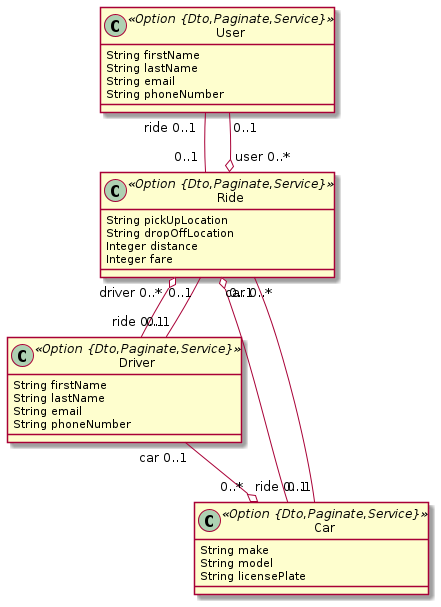
Before: ridesharing.png, a diagram exported from PlantUML (kevintanhongann/jhipster-jdl-collection).
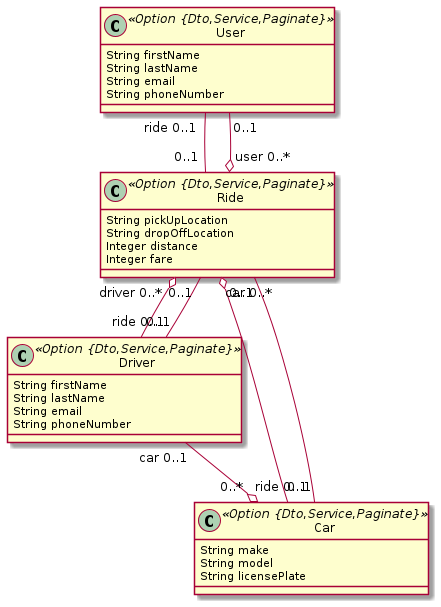
After the change.

The edit, as a diff of the source:
```diff
@@ -1,23 +1,23 @@
 @startuml
 	!pragma syntax class
-	class User <<Option {Dto,Paginate,Service}>> {
+	class User <<Option {Dto,Service,Paginate}>> {
 		String firstName
 		String lastName
 		String email
 		String phoneNumber
 	}
-	class Driver <<Option {Dto,Paginate,Service}>> {
+	class Driver <<Option {Dto,Service,Paginate}>> {
 		String firstName
 		String lastName
 		String email
 		String phoneNumber
 	}
-	class Car <<Option {Dto,Paginate,Service}>> {
+	class Car <<Option {Dto,Service,Paginate}>> {
 		String make
 		String model
 		String licensePlate
 	}
-	class Ride <<Option {Dto,Paginate,Service}>> {
+	class Ride <<Option {Dto,Service,Paginate}>> {
 		String pickUpLocation
 		String dropOffLocation
 		Integer distance
```
